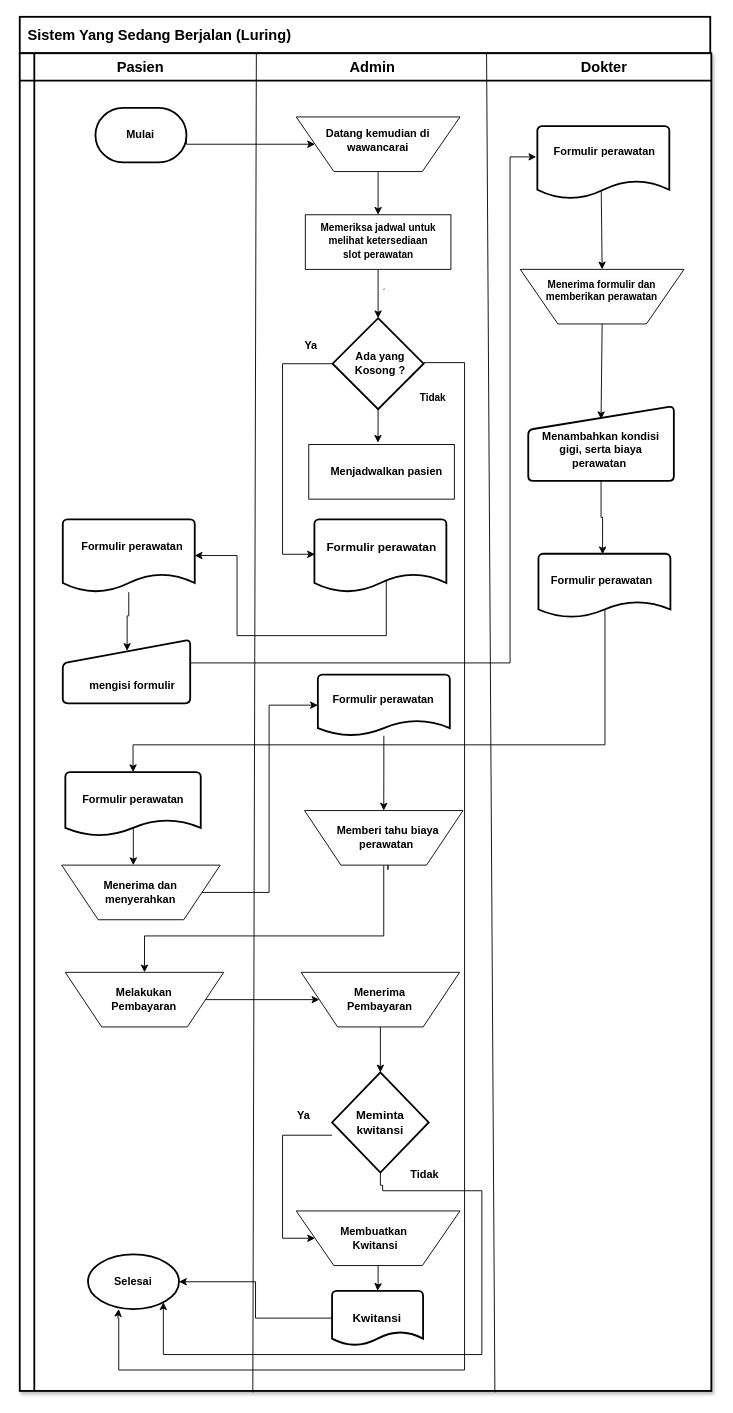
This is page "Copy of luring" (3 of 4) of Untitled Diagram.drawio from lukmanprasetyo/Business-Model-Canvas-BMC-, a draw.io file, before an edit. Source tidied: cells renumbered, new cells numbered last; positions are measured from the earlier drawing's top-left corner, leaving out a move shared by most shapes. Both pictures are drawn from the tidied source at 91%, with x=0, y=0 at pixel (18, 16).
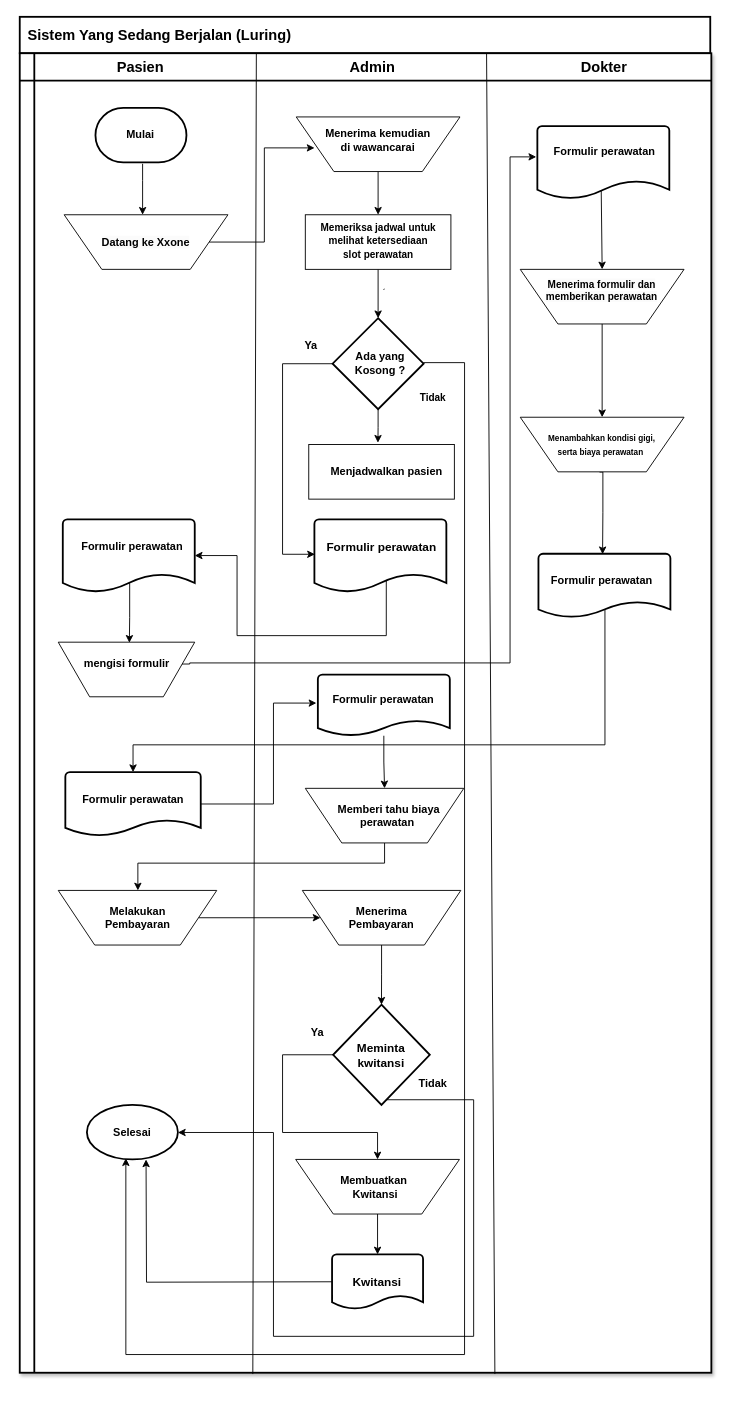
The same page after the edit.

Unchanged cells that the change refers to:
```xml
<mxCell id="11" value="Mulai" style="strokeWidth=2;html=1;shape=mxgraph.flowchart.terminator;whiteSpace=wrap;fontStyle=1;" parent="1" vertex="1">
  <mxGeometry x="84.4" y="100" width="100" height="60" as="geometry" />
</mxCell>
<mxCell id="14" style="verticalLabelPosition=middle;verticalAlign=middle;html=1;shape=trapezoid;perimeter=trapezoidPerimeter;whiteSpace=wrap;size=0.23;arcSize=10;flipV=1;labelPosition=center;align=center;" parent="1" vertex="1">
  <mxGeometry x="305" y="110" width="180" height="60" as="geometry" />
</mxCell>
<mxCell id="18" style="strokeWidth=2;html=1;shape=mxgraph.flowchart.decision;whiteSpace=wrap;" parent="1" vertex="1">
  <mxGeometry x="345" y="331.2" width="100" height="100" as="geometry" />
</mxCell>
<mxCell id="29" style="strokeWidth=2;html=1;shape=mxgraph.flowchart.document2;whiteSpace=wrap;size=0.25;" parent="1" vertex="1">
  <mxGeometry x="48.5" y="552.2" width="145" height="80" as="geometry" />
</mxCell>
<mxCell id="32" value="&lt;font style=&quot;font-size: 12px;&quot;&gt;Formulir perawatan&lt;/font&gt;" style="text;html=1;strokeColor=none;fillColor=none;align=center;verticalAlign=middle;whiteSpace=wrap;rounded=0;fontStyle=1;" parent="1" vertex="1">
  <mxGeometry x="568.8" y="135.6" width="150" height="24.4" as="geometry" />
</mxCell>
<mxCell id="33" value="&#10;&lt;span style=&quot;color: rgb(0, 0, 0); font-family: Helvetica; font-size: 11px; font-style: normal; font-variant-ligatures: normal; font-variant-caps: normal; letter-spacing: normal; orphans: 2; text-align: center; text-indent: 0px; text-transform: none; widows: 2; word-spacing: 0px; -webkit-text-stroke-width: 0px; background-color: rgb(251, 251, 251); text-decoration-thickness: initial; text-decoration-style: initial; text-decoration-color: initial; float: none; display: inline !important;&quot;&gt;Menerima formulir dan&lt;/span&gt;&lt;br style=&quot;border-color: var(--border-color); color: rgb(0, 0, 0); font-family: Helvetica; font-size: 11px; font-style: normal; font-variant-ligatures: normal; font-variant-caps: normal; letter-spacing: normal; orphans: 2; text-align: center; text-indent: 0px; text-transform: none; widows: 2; word-spacing: 0px; -webkit-text-stroke-width: 0px; background-color: rgb(251, 251, 251); text-decoration-thickness: initial; text-decoration-style: initial; text-decoration-color: initial;&quot;&gt;&lt;span style=&quot;color: rgb(0, 0, 0); font-family: Helvetica; font-size: 11px; font-style: normal; font-variant-ligatures: normal; font-variant-caps: normal; letter-spacing: normal; orphans: 2; text-align: center; text-indent: 0px; text-transform: none; widows: 2; word-spacing: 0px; -webkit-text-stroke-width: 0px; background-color: rgb(251, 251, 251); text-decoration-thickness: initial; text-decoration-style: initial; text-decoration-color: initial; float: none; display: inline !important;&quot;&gt;memberikan perawatan&lt;/span&gt;&#10;&#10;" style="verticalLabelPosition=middle;verticalAlign=middle;html=1;shape=trapezoid;perimeter=trapezoidPerimeter;whiteSpace=wrap;size=0.23;arcSize=10;flipV=1;labelPosition=center;align=center;fontStyle=1;" parent="1" vertex="1">
  <mxGeometry x="551.2" y="277.5" width="180" height="60" as="geometry" />
</mxCell>
<mxCell id="37" style="strokeWidth=2;html=1;shape=mxgraph.flowchart.document2;whiteSpace=wrap;size=0.25;" parent="1" vertex="1">
  <mxGeometry x="571.2" y="590" width="145" height="70" as="geometry" />
</mxCell>
<mxCell id="40" style="strokeWidth=2;html=1;shape=mxgraph.flowchart.document2;whiteSpace=wrap;size=0.25;" parent="1" vertex="1">
  <mxGeometry x="51.3" y="830" width="148.8" height="70" as="geometry" />
</mxCell>
<mxCell id="44" style="strokeWidth=2;html=1;shape=mxgraph.flowchart.document2;whiteSpace=wrap;size=0.25;" parent="1" vertex="1">
  <mxGeometry x="328.8" y="722.8" width="145" height="67.2" as="geometry" />
</mxCell>
<mxCell id="60" value="&lt;font style=&quot;font-size: 12px;&quot;&gt;Formulir perawatan&lt;/font&gt;" style="text;html=1;strokeColor=none;fillColor=none;align=center;verticalAlign=middle;whiteSpace=wrap;rounded=0;fontStyle=1;" parent="1" vertex="1">
  <mxGeometry x="326.3" y="737.8" width="150" height="24.4" as="geometry" />
</mxCell>
```

Diff of the diagram source:
```diff
@@
     <mxCell id="3" style="shape=internalStorage;whiteSpace=wrap;html=1;dx=16;dy=30;rounded=0;arcSize=8;strokeWidth=2;glass=0;shadow=1;" parent="1" vertex="1">
-      <mxGeometry x="1.2" y="40" width="760" height="1470" as="geometry" />
+      <mxGeometry x="1.2" y="40" width="760" height="1450" as="geometry" />
     </mxCell>
@@
-    <mxCell id="12" style="edgeStyle=orthogonalEdgeStyle;rounded=0;jettySize=auto;html=1;entryX=0;entryY=0.5;entryDx=0;entryDy=0;exitX=1;exitY=0.5;exitDx=0;exitDy=0;exitPerimeter=0;" parent="1" edge="1" source="11" target="14">
+    <mxCell id="12" style="edgeStyle=orthogonalEdgeStyle;rounded=0;jettySize=auto;html=1;exitX=0.518;exitY=1.025;exitDx=0;exitDy=0;exitPerimeter=0;" parent="1" edge="1" source="11" target="77">
       <mxGeometry relative="1" as="geometry">
         <Array as="points">
-          <mxPoint x="184" y="140" />
+          <mxPoint x="136" y="180" />
+          <mxPoint x="137" y="180" />
         </Array>
       </mxGeometry>
     </mxCell>
@@
-    <mxCell id="20" style="edgeStyle=orthogonalEdgeStyle;rounded=0;jettySize=auto;html=1;exitX=1;exitY=0.5;exitDx=0;exitDy=0;exitPerimeter=0;" parent="1" edge="1" source="18">
+    <mxCell id="20" style="edgeStyle=orthogonalEdgeStyle;rounded=0;jettySize=auto;html=1;exitX=1;exitY=0.5;exitDx=0;exitDy=0;exitPerimeter=0;entryX=0.428;entryY=0.978;entryDx=0;entryDy=0;entryPerimeter=0;" parent="1" edge="1" source="18" target="52">
       <mxGeometry relative="1" as="geometry">
-        <mxPoint x="110" y="1420" as="targetPoint" />
         <Array as="points">
           <mxPoint x="445" y="380" />
           <mxPoint x="490" y="380" />
-          <mxPoint x="490" y="1487" />
-          <mxPoint x="110" y="1487" />
-          <mxPoint x="110" y="1430" />
-          <mxPoint x="109" y="1430" />
-          <mxPoint x="109" y="1420" />
+          <mxPoint x="490" y="1470" />
+          <mxPoint x="118" y="1470" />
         </Array>
       </mxGeometry>
     </mxCell>
@@
-    <mxCell id="28" style="edgeStyle=orthogonalEdgeStyle;rounded=0;jettySize=auto;html=1;entryX=0;entryY=0.75;entryDx=0;entryDy=0;exitX=1;exitY=0.5;exitDx=0;exitDy=0;" parent="1" edge="1" source="62" target="32">
+    <mxCell id="28" style="edgeStyle=orthogonalEdgeStyle;rounded=0;jettySize=auto;html=1;entryX=0;entryY=0.75;entryDx=0;entryDy=0;exitX=0.904;exitY=0.6;exitDx=0;exitDy=0;exitPerimeter=0;" parent="1" edge="1" source="79" target="32">
       <mxGeometry relative="1" as="geometry">
         <Array as="points">
+          <mxPoint x="188" y="711" />
           <mxPoint x="188" y="710" />
           <mxPoint x="540" y="710" />
           <mxPoint x="540" y="154" />
         </Array>
       </mxGeometry>
     </mxCell>
@@
-    <mxCell id="35" style="endArrow=classic;html=1;rounded=0;entryX=0.5;entryY=0.174;entryDx=0;entryDy=0;exitX=0.5;exitY=1;exitDx=0;exitDy=0;entryPerimeter=0;" parent="1" edge="1" source="33" target="64">
-      <mxGeometry relative="1" as="geometry" />
-    </mxCell>
@@
-    <mxCell id="38" style="edgeStyle=orthogonalEdgeStyle;rounded=0;jettySize=auto;html=1;entryX=0.486;entryY=0.008;entryDx=0;entryDy=0;entryPerimeter=0;exitX=0.5;exitY=1;exitDx=0;exitDy=0;" parent="1" edge="1" source="64" target="37">
-      <mxGeometry relative="1" as="geometry" />
+    <mxCell id="38" style="edgeStyle=orthogonalEdgeStyle;rounded=0;jettySize=auto;html=1;entryX=0.486;entryY=0.008;entryDx=0;entryDy=0;entryPerimeter=0;exitX=0.484;exitY=-0.004;exitDx=0;exitDy=0;exitPerimeter=0;" parent="1" edge="1" source="65" target="37">
+      <mxGeometry relative="1" as="geometry">
+        <Array as="points">
+          <mxPoint x="642" y="500" />
+          <mxPoint x="642" y="545" />
+          <mxPoint x="642" y="545" />
+        </Array>
+      </mxGeometry>
     </mxCell>
-    <mxCell id="39" style="edgeStyle=orthogonalEdgeStyle;rounded=0;jettySize=auto;html=1;exitX=0.52;exitY=0.864;exitDx=0;exitDy=0;exitPerimeter=0;" parent="1" edge="1" source="40" target="58">
-      <mxGeometry relative="1" as="geometry">
-        <Array as="points">
-          <mxPoint x="126" y="891" />
-        </Array>
-      </mxGeometry>
-    </mxCell>
@@
-    <mxCell id="45" style="edgeStyle=orthogonalEdgeStyle;rounded=0;jettySize=auto;html=1;entryX=0;entryY=0.5;entryDx=0;entryDy=0;" parent="1" edge="1" source="46" target="51">
+    <mxCell id="45" style="edgeStyle=orthogonalEdgeStyle;rounded=0;jettySize=auto;html=1;entryX=0.5;entryY=0;entryDx=0;entryDy=0;" parent="1" edge="1" source="46" target="51">
       <mxGeometry relative="1" as="geometry">
         <Array as="points">
-          <mxPoint x="290" y="1229" />
-          <mxPoint x="290" y="1342" />
+          <mxPoint x="290" y="1141" />
+          <mxPoint x="290" y="1226" />
+          <mxPoint x="394" y="1226" />
         </Array>
       </mxGeometry>
     </mxCell>
+    <mxCell id="54" style="edgeStyle=orthogonalEdgeStyle;rounded=0;jettySize=auto;html=1;exitX=0.5;exitY=1;exitDx=0;exitDy=0;exitPerimeter=0;" parent="1" edge="1" source="46" target="52">
+      <mxGeometry relative="1" as="geometry">
+        <Array as="points">
+          <mxPoint x="399" y="1190" />
+          <mxPoint x="500" y="1190" />
+          <mxPoint x="500" y="1450" />
+          <mxPoint x="280" y="1450" />
+          <mxPoint x="280" y="1226" />
+        </Array>
+      </mxGeometry>
+    </mxCell>
     <mxCell id="46" style="strokeWidth=2;html=1;shape=mxgraph.flowchart.decision;whiteSpace=wrap;" parent="1" vertex="1">
-      <mxGeometry x="344.4" y="1160" width="106.2" height="110" as="geometry" />
+      <mxGeometry x="345.6" y="1085.6" width="106.2" height="110" as="geometry" />
     </mxCell>
     <mxCell id="47" value="&lt;font style=&quot;font-size: 13px;&quot;&gt;&lt;b&gt;Meminta &lt;br&gt;kwitansi&lt;/b&gt;&lt;/font&gt;" style="text;html=1;strokeColor=none;fillColor=none;align=center;verticalAlign=middle;whiteSpace=wrap;rounded=0;" parent="1" vertex="1">
-      <mxGeometry x="322.2" y="1202.8" width="150.6" height="24.4" as="geometry" />
+      <mxGeometry x="323.4" y="1128.4" width="150.6" height="24.4" as="geometry" />
     </mxCell>
     <mxCell id="48" value="Ya" style="text;html=1;strokeColor=none;fillColor=none;align=center;verticalAlign=middle;whiteSpace=wrap;rounded=0;fontStyle=1;" parent="1" vertex="1">
-      <mxGeometry x="238.4" y="1195.6" width="150.6" height="24.4" as="geometry" />
+      <mxGeometry x="252.5" y="1104" width="150.6" height="24.4" as="geometry" />
     </mxCell>
     <mxCell id="49" value="Tidak" style="text;html=1;strokeColor=none;fillColor=none;align=center;verticalAlign=middle;whiteSpace=wrap;rounded=0;fontStyle=1;" parent="1" vertex="1">
-      <mxGeometry x="370.9" y="1260" width="150.6" height="24.4" as="geometry" />
+      <mxGeometry x="380" y="1160" width="150.6" height="24.4" as="geometry" />
     </mxCell>
@@
     <mxCell id="51" style="verticalLabelPosition=middle;verticalAlign=middle;html=1;shape=trapezoid;perimeter=trapezoidPerimeter;whiteSpace=wrap;size=0.23;arcSize=10;flipV=1;labelPosition=center;align=center;" parent="1" vertex="1">
-      <mxGeometry x="305" y="1312.2" width="180" height="60" as="geometry" />
+      <mxGeometry x="304.4" y="1255.6" width="180" height="60" as="geometry" />
     </mxCell>
     <mxCell id="52" value="Selesai" style="strokeWidth=2;html=1;shape=mxgraph.flowchart.start_1;whiteSpace=wrap;fontStyle=1;" parent="1" vertex="1">
-      <mxGeometry x="76.2" y="1360" width="100" height="60" as="geometry" />
+      <mxGeometry x="75" y="1195.6" width="100" height="60" as="geometry" />
     </mxCell>
+    <mxCell id="76" style="edgeStyle=orthogonalEdgeStyle;rounded=0;orthogonalLoop=1;jettySize=auto;html=1;" parent="1" edge="1">
+      <mxGeometry relative="1" as="geometry">
+        <mxPoint x="359.4" y="1390" as="sourcePoint" />
+        <mxPoint x="140" y="1255.6" as="targetPoint" />
+      </mxGeometry>
+    </mxCell>
     <mxCell id="53" value="&lt;font style=&quot;font-size: 13px;&quot;&gt;&lt;b&gt;Kwitansi&lt;/b&gt;&lt;/font&gt;" style="strokeWidth=2;html=1;shape=mxgraph.flowchart.document2;whiteSpace=wrap;size=0.25;" parent="1" vertex="1">
-      <mxGeometry x="344.4" y="1400" width="100" height="60" as="geometry" />
+      <mxGeometry x="344.4" y="1360" width="100" height="60" as="geometry" />
     </mxCell>
-    <mxCell id="54" style="edgeStyle=orthogonalEdgeStyle;rounded=0;jettySize=auto;html=1;exitX=0.5;exitY=1;exitDx=0;exitDy=0;exitPerimeter=0;entryX=0.828;entryY=0.876;entryDx=0;entryDy=0;entryPerimeter=0;" parent="1" edge="1" source="46" target="52">
-      <mxGeometry relative="1" as="geometry">
-        <Array as="points">
-          <mxPoint x="400" y="1284" />
-          <mxPoint x="400" y="1290" />
-          <mxPoint x="509" y="1290" />
-          <mxPoint x="509" y="1470" />
-          <mxPoint x="159" y="1470" />
-        </Array>
-      </mxGeometry>
-    </mxCell>
-    <mxCell id="55" value="Datang kemudian di wawancarai" style="text;html=1;strokeColor=none;fillColor=none;align=center;verticalAlign=middle;whiteSpace=wrap;rounded=0;fontStyle=1;" parent="1" vertex="1">
+    <mxCell id="55" value="Menerima kemudian di wawancarai" style="text;html=1;strokeColor=none;fillColor=none;align=center;verticalAlign=middle;whiteSpace=wrap;rounded=0;fontStyle=1;" parent="1" vertex="1">
       <mxGeometry x="335" y="120" width="120" height="31.2" as="geometry" />
     </mxCell>
@@
-    <mxCell id="58" value="Menerima dan &lt;br&gt;menyerahkan&lt;br style=&quot;border-color: var(--border-color); font-size: 10px;&quot;&gt;" style="verticalLabelPosition=middle;verticalAlign=middle;html=1;shape=trapezoid;perimeter=trapezoidPerimeter;whiteSpace=wrap;size=0.23;arcSize=10;flipV=1;labelPosition=center;align=center;fontStyle=1;" parent="1" vertex="1">
-      <mxGeometry x="47.3" y="932.2" width="174.2" height="60" as="geometry" />
-    </mxCell>
-    <mxCell id="59" style="edgeStyle=orthogonalEdgeStyle;rounded=0;jettySize=auto;html=1;entryX=0;entryY=0.5;entryDx=0;entryDy=0;entryPerimeter=0;" parent="1" edge="1" source="58" target="44">
-      <mxGeometry relative="1" as="geometry" />
-    </mxCell>
@@
-    <mxCell id="61" style="edgeStyle=orthogonalEdgeStyle;rounded=0;orthogonalLoop=1;jettySize=auto;html=1;exitX=0.5;exitY=1;exitDx=0;exitDy=0;" parent="1" edge="1" source="68" target="68">
-      <mxGeometry relative="1" as="geometry" />
-    </mxCell>
-    <mxCell id="62" style="html=1;strokeWidth=2;shape=manualInput;whiteSpace=wrap;rounded=1;size=26;arcSize=11;" parent="1" vertex="1">
-      <mxGeometry x="48.5" y="684.4" width="140" height="70" as="geometry" />
-    </mxCell>
-    <mxCell id="63" value="mengisi formulir " style="text;html=1;strokeColor=none;fillColor=none;align=center;verticalAlign=middle;whiteSpace=wrap;rounded=0;fontStyle=1;" parent="1" vertex="1">
-      <mxGeometry x="50" y="722.8" width="150" height="24.4" as="geometry" />
-    </mxCell>
-    <mxCell id="64" style="html=1;strokeWidth=2;shape=manualInput;whiteSpace=wrap;rounded=1;size=26;arcSize=11;" parent="1" vertex="1">
-      <mxGeometry x="560" y="427.8" width="160" height="82.2" as="geometry" />
-    </mxCell>
-    <mxCell id="65" value="Menambahkan kondisi gigi, serta biaya perawatan&amp;nbsp;" style="text;html=1;strokeColor=none;fillColor=none;align=center;verticalAlign=middle;whiteSpace=wrap;rounded=0;fontStyle=1;" parent="1" vertex="1">
-      <mxGeometry x="565" y="463.4" width="150" height="24.4" as="geometry" />
-    </mxCell>
-    <mxCell id="66" style="edgeStyle=orthogonalEdgeStyle;rounded=0;jettySize=auto;html=1;entryX=0.5;entryY=0;entryDx=0;entryDy=0;" parent="1" edge="1" source="67" target="70">
+    <mxCell id="66" style="edgeStyle=orthogonalEdgeStyle;rounded=0;jettySize=auto;html=1;" parent="1" edge="1" source="67" target="70">
       <mxGeometry relative="1" as="geometry">
         <Array as="points">
-          <mxPoint x="401" y="1010" />
-          <mxPoint x="138" y="1010" />
+          <mxPoint x="402" y="930" />
+          <mxPoint x="131" y="930" />
         </Array>
       </mxGeometry>
     </mxCell>
     <mxCell id="67" style="verticalLabelPosition=middle;verticalAlign=middle;html=1;shape=trapezoid;perimeter=trapezoidPerimeter;whiteSpace=wrap;size=0.23;arcSize=10;flipV=1;labelPosition=center;align=center;fontStyle=1;" parent="1" vertex="1">
-      <mxGeometry x="314.1" y="872.2" width="174.2" height="60" as="geometry" />
+      <mxGeometry x="315" y="847.8" width="174.2" height="60" as="geometry" />
     </mxCell>
     <mxCell id="68" value="&lt;b style=&quot;border-color: var(--border-color);&quot;&gt;Memberi tahu biaya perawatan&amp;nbsp;&lt;/b&gt;" style="text;html=1;strokeColor=none;fillColor=none;align=center;verticalAlign=middle;whiteSpace=wrap;rounded=0;" parent="1" vertex="1">
-      <mxGeometry x="346.8" y="887.2" width="117.9" height="30" as="geometry" />
+      <mxGeometry x="347.7" y="862.8" width="117.9" height="30" as="geometry" />
     </mxCell>
-    <mxCell id="69" style="edgeStyle=orthogonalEdgeStyle;rounded=0;jettySize=auto;html=1;entryX=0;entryY=0.5;entryDx=0;entryDy=0;" parent="1" edge="1" source="70" target="72">
+    <mxCell id="69" style="edgeStyle=orthogonalEdgeStyle;rounded=0;jettySize=auto;html=1;" parent="1" edge="1" source="70" target="72">
       <mxGeometry relative="1" as="geometry" />
     </mxCell>
     <mxCell id="70" value="Melakukan &lt;br&gt;Pembayaran" style="verticalLabelPosition=middle;verticalAlign=middle;html=1;shape=trapezoid;perimeter=trapezoidPerimeter;whiteSpace=wrap;size=0.23;arcSize=10;flipV=1;labelPosition=center;align=center;fontStyle=1;" parent="1" vertex="1">
-      <mxGeometry x="51.2" y="1050" width="174.2" height="60" as="geometry" />
+      <mxGeometry x="43.5" y="960" width="174.2" height="60" as="geometry" />
     </mxCell>
@@
     <mxCell id="72" value="Menerima&lt;br&gt;Pembayaran" style="verticalLabelPosition=middle;verticalAlign=middle;html=1;shape=trapezoid;perimeter=trapezoidPerimeter;whiteSpace=wrap;size=0.23;arcSize=10;flipV=1;labelPosition=center;align=center;fontStyle=1;" parent="1" vertex="1">
-      <mxGeometry x="310.4" y="1050" width="174.2" height="60" as="geometry" />
+      <mxGeometry x="311.7" y="960" width="174.2" height="60" as="geometry" />
     </mxCell>
     <mxCell id="73" value="&lt;font style=&quot;font-size: 12px;&quot;&gt;&lt;b&gt;Membuatkan&lt;br&gt;&amp;nbsp;Kwitansi&lt;/b&gt;&lt;/font&gt;" style="text;html=1;strokeColor=none;fillColor=none;align=center;verticalAlign=middle;whiteSpace=wrap;rounded=0;" parent="1" vertex="1">
-      <mxGeometry x="315" y="1330" width="150.6" height="24.4" as="geometry" />
+      <mxGeometry x="315" y="1273.4" width="150.6" height="24.4" as="geometry" />
     </mxCell>
-    <mxCell id="74" style="edgeStyle=orthogonalEdgeStyle;rounded=0;jettySize=auto;html=1;entryX=1;entryY=0.5;entryDx=0;entryDy=0;entryPerimeter=0;" parent="1" edge="1" source="53" target="52">
-      <mxGeometry relative="1" as="geometry" />
-    </mxCell>
-    <mxCell id="75" style="edgeStyle=orthogonalEdgeStyle;rounded=0;jettySize=auto;html=1;entryX=0.505;entryY=0.176;entryDx=0;entryDy=0;entryPerimeter=0;" parent="1" edge="1" source="29" target="62">
-      <mxGeometry relative="1" as="geometry" />
-    </mxCell>
+    <mxCell id="77" value="&lt;span style=&quot;color: rgb(0, 0, 0); font-family: Helvetica; font-size: 12px; font-style: normal; font-variant-ligatures: normal; font-variant-caps: normal; font-weight: 700; letter-spacing: normal; orphans: 2; text-align: center; text-indent: 0px; text-transform: none; widows: 2; word-spacing: 0px; -webkit-text-stroke-width: 0px; background-color: rgb(251, 251, 251); text-decoration-thickness: initial; text-decoration-style: initial; text-decoration-color: initial; float: none; display: inline !important;&quot;&gt;Datang ke Xxone&lt;/span&gt;" style="verticalLabelPosition=middle;verticalAlign=middle;html=1;shape=trapezoid;perimeter=trapezoidPerimeter;whiteSpace=wrap;size=0.23;arcSize=10;flipV=1;labelPosition=center;align=center;" parent="1" vertex="1">
+      <mxGeometry x="50" y="217.5" width="180" height="60" as="geometry" />
+    </mxCell>
+    <mxCell id="78" style="edgeStyle=orthogonalEdgeStyle;rounded=0;jettySize=auto;html=1;entryX=0.112;entryY=0.433;entryDx=0;entryDy=0;entryPerimeter=0;" parent="1" edge="1" source="77" target="14">
+      <mxGeometry relative="1" as="geometry">
+        <Array as="points">
+          <mxPoint x="270" y="248" />
+          <mxPoint x="270" y="144" />
+        </Array>
+      </mxGeometry>
+    </mxCell>
+    <mxCell id="79" style="verticalLabelPosition=middle;verticalAlign=middle;html=1;shape=trapezoid;perimeter=trapezoidPerimeter;whiteSpace=wrap;size=0.23;arcSize=10;flipV=1;labelPosition=center;align=center;" parent="1" vertex="1">
+      <mxGeometry x="43.5" y="687.2" width="150" height="60" as="geometry" />
+    </mxCell>
+    <mxCell id="63" value="mengisi formulir " style="text;html=1;strokeColor=none;fillColor=none;align=center;verticalAlign=middle;whiteSpace=wrap;rounded=0;fontStyle=1;" parent="1" vertex="1">
+      <mxGeometry x="43.5" y="698.4" width="150" height="24.4" as="geometry" />
+    </mxCell>
+    <mxCell id="80" style="edgeStyle=orthogonalEdgeStyle;rounded=0;jettySize=auto;html=1;entryX=0.521;entryY=0.989;entryDx=0;entryDy=0;entryPerimeter=0;exitX=0.497;exitY=0.879;exitDx=0;exitDy=0;exitPerimeter=0;" parent="1" edge="1" source="29" target="79">
+      <mxGeometry relative="1" as="geometry">
+        <Array as="points">
+          <mxPoint x="122" y="622" />
+          <mxPoint x="122" y="660" />
+          <mxPoint x="122" y="660" />
+        </Array>
+      </mxGeometry>
+    </mxCell>
+    <mxCell id="81" style="endArrow=classic;html=1;rounded=0;exitX=0.5;exitY=1;exitDx=0;exitDy=0;entryX=0.5;entryY=0;entryDx=0;entryDy=0;" parent="1" edge="1" source="33" target="65">
+      <mxGeometry relative="1" as="geometry" />
+    </mxCell>
+    <mxCell id="65" value="&lt;font style=&quot;font-size: 9px;&quot;&gt;Menambahkan kondisi gigi, &lt;br&gt;serta biaya perawatan&amp;nbsp;&lt;/font&gt;" style="verticalLabelPosition=middle;verticalAlign=middle;html=1;shape=trapezoid;perimeter=trapezoidPerimeter;whiteSpace=wrap;size=0.23;arcSize=10;flipV=1;labelPosition=center;align=center;fontStyle=1;" parent="1" vertex="1">
+      <mxGeometry x="551.2" y="440" width="180" height="60" as="geometry" />
+    </mxCell>
+    <mxCell id="82" style="edgeStyle=orthogonalEdgeStyle;rounded=0;jettySize=auto;html=1;entryX=0.006;entryY=0.669;entryDx=0;entryDy=0;entryPerimeter=0;" parent="1" edge="1" source="40" target="60">
+      <mxGeometry relative="1" as="geometry">
+        <Array as="points">
+          <mxPoint x="280" y="865" />
+          <mxPoint x="280" y="754" />
+        </Array>
+      </mxGeometry>
+    </mxCell>
```
